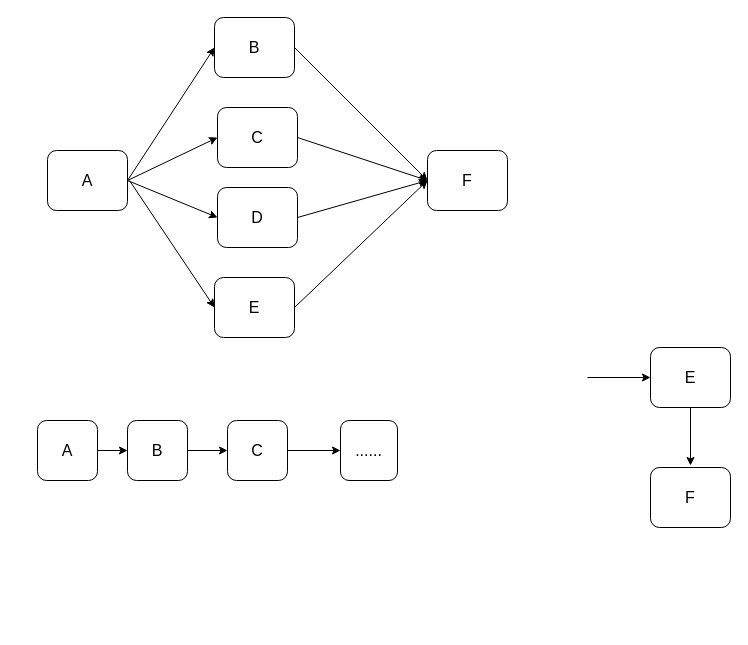
Above: img/workflow.drawio in Hbottle/WorkFlow (draw.io), before the change. Source tidied: cells renumbered, new cells numbered last; positions are measured from the earlier drawing's top-left corner, leaving out a move shared by most shapes. Both pictures are drawn from the tidied source at 100%, with x=0, y=0 at pixel (37, 17).
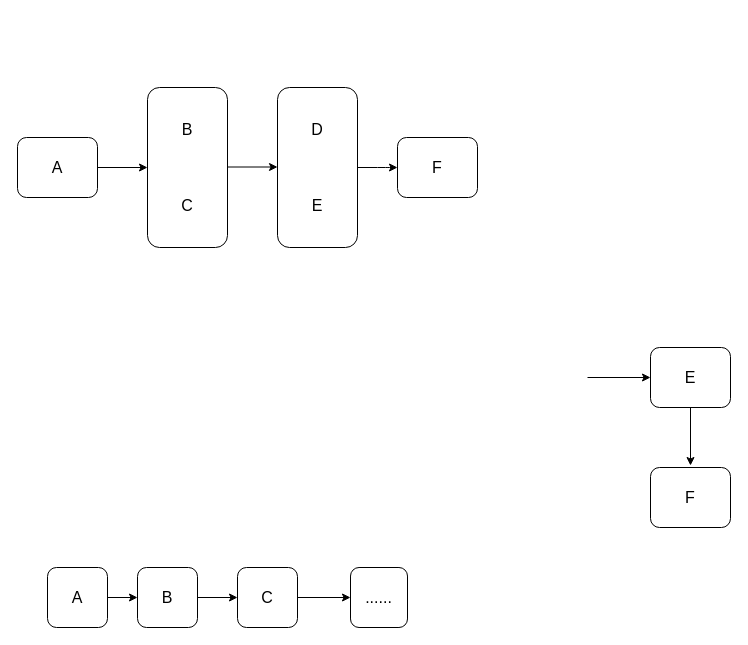
The same diagram, later.

Diff of the diagram source:
```diff
@@
     <mxCell id="2" value="&lt;font size=&quot;3&quot;&gt;A&lt;/font&gt;" style="rounded=1;whiteSpace=wrap;html=1;" parent="1" vertex="1">
-      <mxGeometry x="10" y="133" width="80" height="60" as="geometry" />
+      <mxGeometry x="-20" y="120" width="80" height="60" as="geometry" />
     </mxCell>
-    <mxCell id="3" value="&lt;font size=&quot;3&quot;&gt;C&lt;/font&gt;" style="rounded=1;whiteSpace=wrap;html=1;" parent="1" vertex="1">
-      <mxGeometry x="180" y="90" width="80" height="60" as="geometry" />
-    </mxCell>
-    <mxCell id="4" value="&lt;font size=&quot;3&quot;&gt;D&lt;/font&gt;" style="rounded=1;whiteSpace=wrap;html=1;" parent="1" vertex="1">
-      <mxGeometry x="180" y="170" width="80" height="60" as="geometry" />
-    </mxCell>
-    <mxCell id="5" value="&lt;font size=&quot;3&quot;&gt;B&lt;/font&gt;" style="rounded=1;whiteSpace=wrap;html=1;" parent="1" vertex="1">
-      <mxGeometry x="177" width="80" height="60" as="geometry" />
+    <mxCell id="5" value="&lt;font size=&quot;3&quot;&gt;B&lt;br&gt;&lt;br&gt;&lt;br&gt;&lt;br&gt;C&lt;br&gt;&lt;/font&gt;" style="rounded=1;whiteSpace=wrap;html=1;" parent="1" vertex="1">
+      <mxGeometry x="110" y="70" width="80" height="160" as="geometry" />
     </mxCell>
-    <mxCell id="6" value="&lt;font size=&quot;3&quot;&gt;E&lt;/font&gt;" style="rounded=1;whiteSpace=wrap;html=1;" parent="1" vertex="1">
-      <mxGeometry x="177" y="260" width="80" height="60" as="geometry" />
+    <mxCell id="6" value="&lt;font size=&quot;3&quot;&gt;D&lt;br&gt;&lt;br&gt;&lt;br&gt;&lt;br&gt;E&lt;br&gt;&lt;/font&gt;" style="rounded=1;whiteSpace=wrap;html=1;" parent="1" vertex="1">
+      <mxGeometry x="240" y="70" width="80" height="160" as="geometry" />
     </mxCell>
-    <mxCell id="7" style="endArrow=classic;html=1;exitX=1;exitY=0.5;exitDx=0;exitDy=0;entryX=0;entryY=0.5;entryDx=0;entryDy=0;" parent="1" edge="1" source="2" target="5">
-      <mxGeometry relative="1" as="geometry" />
-    </mxCell>
-    <mxCell id="8" style="endArrow=classic;html=1;entryX=0;entryY=0.5;entryDx=0;entryDy=0;exitX=1;exitY=0.5;exitDx=0;exitDy=0;" parent="1" edge="1" source="2" target="3">
-      <mxGeometry relative="1" as="geometry" />
-    </mxCell>
-    <mxCell id="9" style="endArrow=classic;html=1;entryX=0;entryY=0.5;entryDx=0;entryDy=0;exitX=1;exitY=0.5;exitDx=0;exitDy=0;" parent="1" edge="1" source="2" target="4">
-      <mxGeometry relative="1" as="geometry" />
-    </mxCell>
     <mxCell id="10" value="&lt;font size=&quot;3&quot;&gt;A&lt;/font&gt;" style="rounded=1;whiteSpace=wrap;html=1;" parent="1" vertex="1">
-      <mxGeometry y="403" width="60" height="60" as="geometry" />
+      <mxGeometry x="10" y="550" width="60" height="60" as="geometry" />
     </mxCell>
     <mxCell id="11" value="&lt;font size=&quot;3&quot;&gt;B&lt;/font&gt;" style="rounded=1;whiteSpace=wrap;html=1;" parent="1" vertex="1">
-      <mxGeometry x="90" y="403" width="60" height="60" as="geometry" />
+      <mxGeometry x="100" y="550" width="60" height="60" as="geometry" />
     </mxCell>
     <mxCell id="12" value="&lt;font size=&quot;3&quot;&gt;C&lt;/font&gt;" style="rounded=1;whiteSpace=wrap;html=1;" parent="1" vertex="1">
-      <mxGeometry x="190" y="403" width="60" height="60" as="geometry" />
+      <mxGeometry x="200" y="550" width="60" height="60" as="geometry" />
     </mxCell>
     <mxCell id="13" value="&lt;font size=&quot;3&quot;&gt;......&lt;/font&gt;" style="rounded=1;whiteSpace=wrap;html=1;" parent="1" vertex="1">
-      <mxGeometry x="303" y="403" width="57" height="60" as="geometry" />
+      <mxGeometry x="313" y="550" width="57" height="60" as="geometry" />
     </mxCell>
@@
-    <mxCell id="21" style="endArrow=classic;html=1;entryX=0;entryY=0.5;entryDx=0;entryDy=0;" parent="1" edge="1" target="6">
-      <mxGeometry relative="1" as="geometry">
-        <mxPoint x="92" y="163" as="sourcePoint" />
-      </mxGeometry>
-    </mxCell>
     <mxCell id="22" value="&lt;font size=&quot;3&quot;&gt;F&lt;/font&gt;" style="rounded=1;whiteSpace=wrap;html=1;" parent="1" vertex="1">
-      <mxGeometry x="390" y="133" width="80" height="60" as="geometry" />
+      <mxGeometry x="360" y="120" width="80" height="60" as="geometry" />
     </mxCell>
-    <mxCell id="23" style="endArrow=classic;html=1;exitX=1;exitY=0.5;exitDx=0;exitDy=0;entryX=0;entryY=0.5;entryDx=0;entryDy=0;" parent="1" edge="1" source="5" target="22">
-      <mxGeometry relative="1" as="geometry" />
-    </mxCell>
-    <mxCell id="24" style="endArrow=classic;html=1;exitX=1;exitY=0.5;exitDx=0;exitDy=0;entryX=0;entryY=0.5;entryDx=0;entryDy=0;" parent="1" edge="1" source="4" target="22">
-      <mxGeometry relative="1" as="geometry" />
-    </mxCell>
-    <mxCell id="25" style="endArrow=classic;html=1;exitX=1;exitY=0.5;exitDx=0;exitDy=0;entryX=0;entryY=0.5;entryDx=0;entryDy=0;" parent="1" edge="1" source="3" target="22">
-      <mxGeometry relative="1" as="geometry" />
-    </mxCell>
+    <mxCell id="7" style="endArrow=classic;html=1;exitX=1;exitY=0.5;exitDx=0;exitDy=0;entryX=0;entryY=0.5;entryDx=0;entryDy=0;" parent="1" edge="1" source="2" target="5">
+      <mxGeometry relative="1" as="geometry" />
+    </mxCell>
+    <mxCell id="27" style="endArrow=classic;html=1;exitX=1;exitY=0.5;exitDx=0;exitDy=0;entryX=0;entryY=0.5;entryDx=0;entryDy=0;" parent="1" edge="1">
+      <mxGeometry relative="1" as="geometry">
+        <mxPoint x="190" y="149.5" as="sourcePoint" />
+        <mxPoint x="240" y="149.5" as="targetPoint" />
+      </mxGeometry>
+    </mxCell>
-    <mxCell id="26" style="endArrow=classic;html=1;exitX=1;exitY=0.5;exitDx=0;exitDy=0;entryX=0;entryY=0.5;entryDx=0;entryDy=0;" parent="1" edge="1" source="6" target="22">
-      <mxGeometry relative="1" as="geometry" />
+    <mxCell id="26" style="endArrow=classic;html=1;entryX=0;entryY=0.5;entryDx=0;entryDy=0;exitX=1;exitY=0.5;exitDx=0;exitDy=0;" parent="1" edge="1" source="6" target="22">
+      <mxGeometry relative="1" as="geometry">
+        <Array as="points">
+          <mxPoint x="350" y="150" />
+        </Array>
+      </mxGeometry>
     </mxCell>
```
